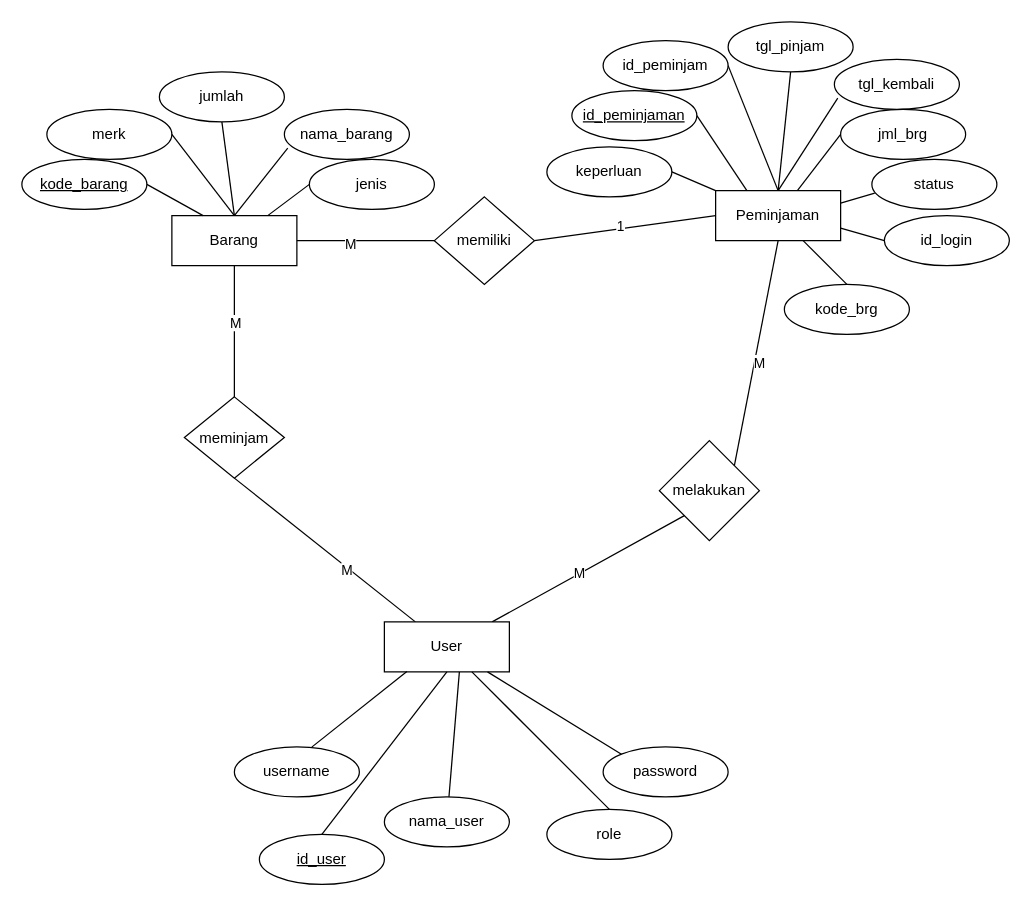
Earlier version of the draw.io diagram kardinalitas.drawio (AlliefJundan/aaaaa). Source tidied: cells renumbered, new cells numbered last; positions are measured from the earlier drawing's top-left corner, leaving out a move shared by most shapes. Both pictures are drawn from the tidied source at 125%, with x=0, y=0 at pixel (21, 21).
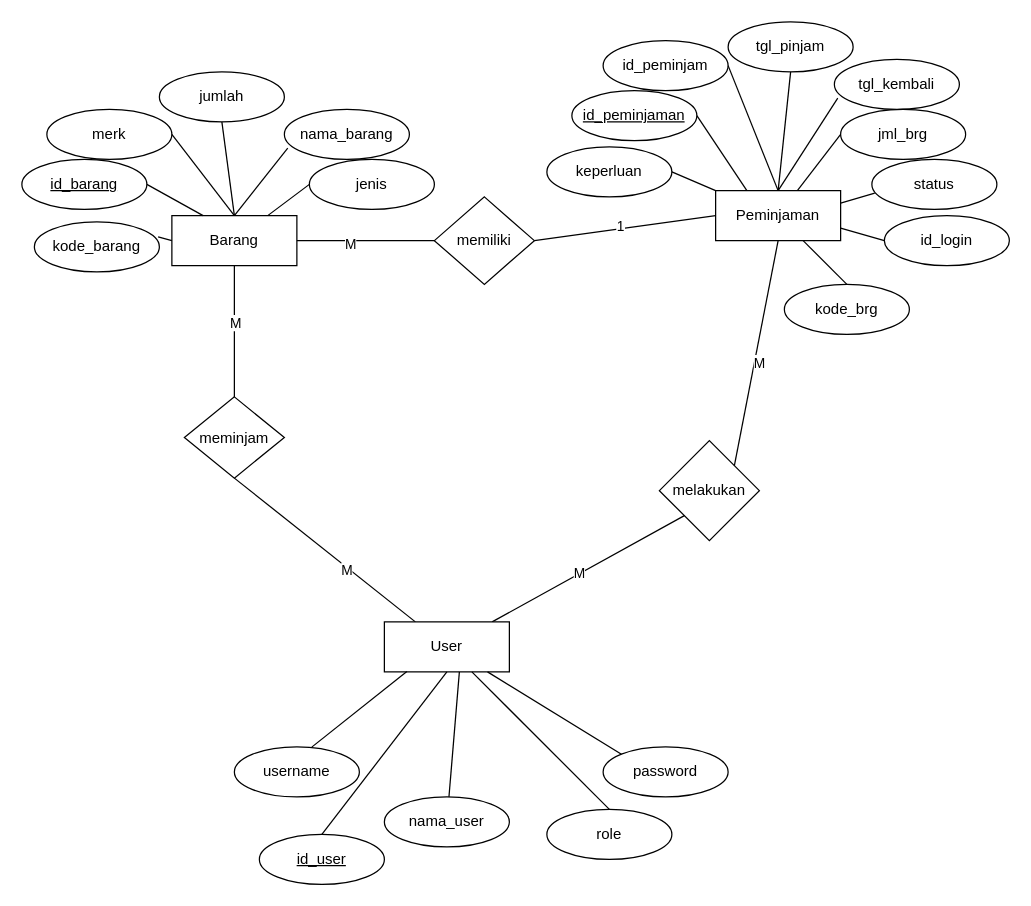
Above is the later version.

Unchanged cells that the change refers to:
```xml
<mxCell id="2" value="Barang" style="whiteSpace=wrap;html=1;align=center;" parent="1" vertex="1">
  <mxGeometry x="120" y="155" width="100" height="40" as="geometry" />
</mxCell>
```

The edit, as a diff of the source:
```diff
@@
-    <mxCell id="7" value="kode_barang" style="ellipse;whiteSpace=wrap;html=1;align=center;fontStyle=4;" parent="1" vertex="1">
+    <mxCell id="7" value="id_barang" style="ellipse;whiteSpace=wrap;html=1;align=center;fontStyle=4;" parent="1" vertex="1">
       <mxGeometry y="110" width="100" height="40" as="geometry" />
     </mxCell>
@@
+    <mxCell id="58" value="kode_barang" style="ellipse;whiteSpace=wrap;html=1;align=center;" parent="1" vertex="1">
+      <mxGeometry x="10" y="160" width="100" height="40" as="geometry" />
+    </mxCell>
+    <mxCell id="59" style="endArrow=none;html=1;rounded=0;exitX=0.99;exitY=0.3;exitDx=0;exitDy=0;exitPerimeter=0;entryX=0;entryY=0.5;entryDx=0;entryDy=0;" parent="1" edge="1" source="58" target="2">
+      <mxGeometry relative="1" as="geometry" />
+    </mxCell>
```
